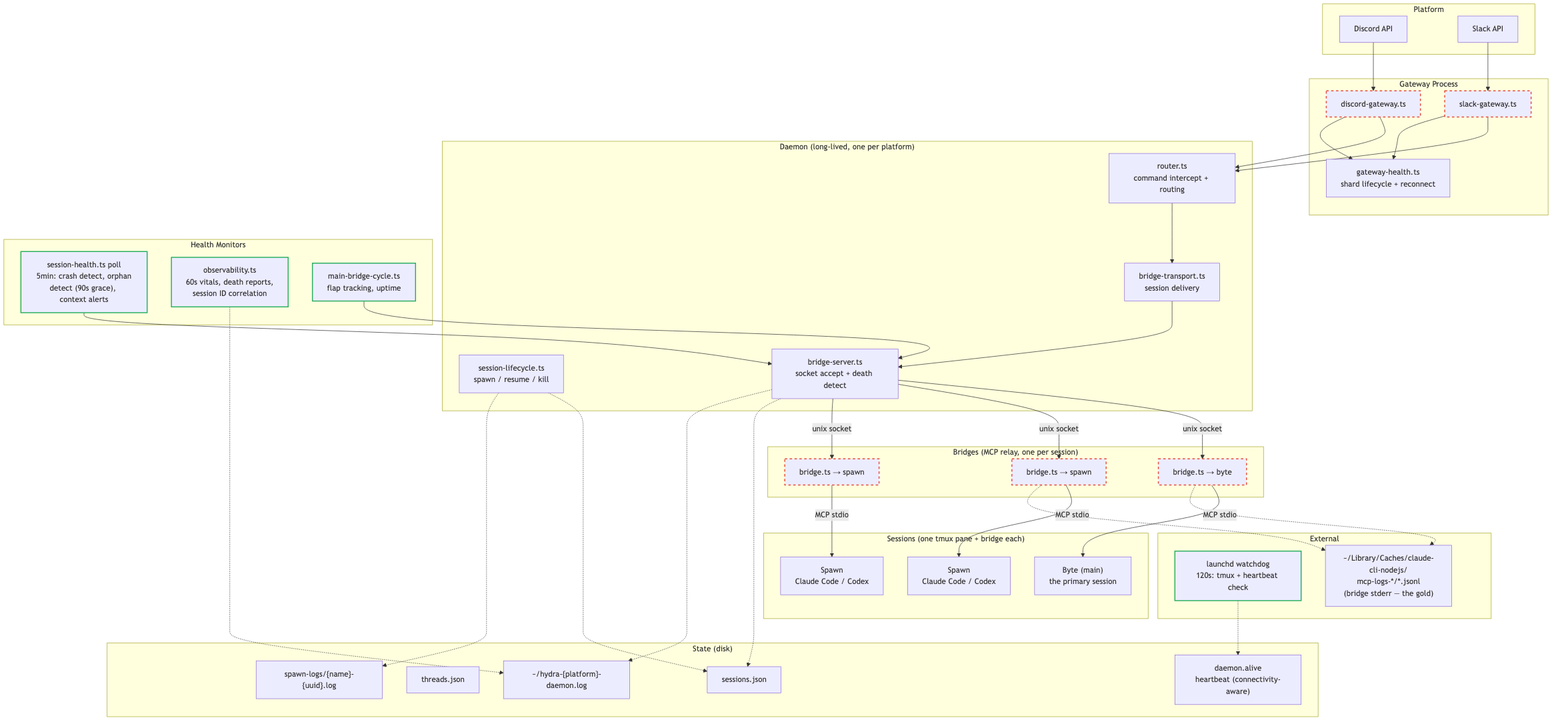
Above: diagrams/health-topology.png in sf8193/hydra (Mermaid), before the change. Its source is kept beside it as diagrams/health-topology.mmd. The source it was exported from:
```mermaid

flowchart TD
    subgraph platform["Platform"]
        discord["Discord API"]
        slack["Slack API"]
    end

    subgraph gateway["Gateway Process"]
        dg["discord-gateway.ts"]
        sg["slack-gateway.ts"]
        gwh["gateway-health.ts<br/>shard lifecycle + reconnect"]
    end

    subgraph daemon["Daemon (long-lived, one per platform)"]
        router["router.ts<br/>command intercept + routing"]
        transport["bridge-transport.ts<br/>session delivery"]
        lifecycle["session-lifecycle.ts<br/>spawn / resume / kill"]
        server["bridge-server.ts<br/>socket accept + death detect"]
    end

    subgraph health["Health Monitors"]
        poll["session-health.ts poll<br/>5min: crash detect, orphan<br/>detect (90s grace), context alerts"]
        obs["observability.ts<br/>60s vitals, death reports,<br/>session ID correlation"]
        mbc["main-bridge-cycle.ts<br/>flap tracking, uptime"]
    end

    subgraph sessions["Sessions (one tmux pane + bridge each)"]
        byte["Byte (main)<br/>the primary session"]
        spawn1["Spawn<br/>Claude Code / Codex"]
        spawn2["Spawn<br/>Claude Code / Codex"]
    end

    subgraph bridges["Bridges (MCP relay, one per session)"]
        b0["bridge.ts → byte"]
        b1["bridge.ts → spawn"]
        b2["bridge.ts → spawn"]
    end

    subgraph state["State (disk)"]
        sj["sessions.json"]
        tj["threads.json"]
        logs["spawn-logs/{name}-{uuid}.log"]
        dlog["~/hydra-{platform}-daemon.log"]
        alive["daemon.alive<br/>heartbeat (connectivity-aware)"]
    end

    subgraph external["External"]
        watchdog["launchd watchdog<br/>120s: tmux + heartbeat check"]
        mcp_logs["~/Library/Caches/claude-cli-nodejs/<br/>mcp-logs-*/*.jsonl<br/>(bridge stderr — the gold)"]
    end

    discord --> dg
    slack --> sg
    dg --> router
    sg --> router
    dg --> gwh
    sg --> gwh

    router --> transport
    transport --> server

    server -- "unix socket" --> b0
    server -- "unix socket" --> b1
    server -- "unix socket" --> b2

    b0 -- "MCP stdio" --> byte
    b1 -- "MCP stdio" --> spawn1
    b2 -- "MCP stdio" --> spawn2

    poll --> server
    obs -.-> dlog
    mbc --> server
    watchdog -.-> alive

    lifecycle -.-> sj
    lifecycle -.-> logs
    server -.-> sj
    server -.-> dlog
    b0 -.-> mcp_logs
    b1 -.-> mcp_logs

    classDef fail stroke:#e74c3c,stroke-width:2px,stroke-dasharray:5 5
    classDef health stroke:#27ae60,stroke-width:2px

    class poll,obs,mbc,watchdog health
    class dg,sg,b0,b1,b2 fail
```
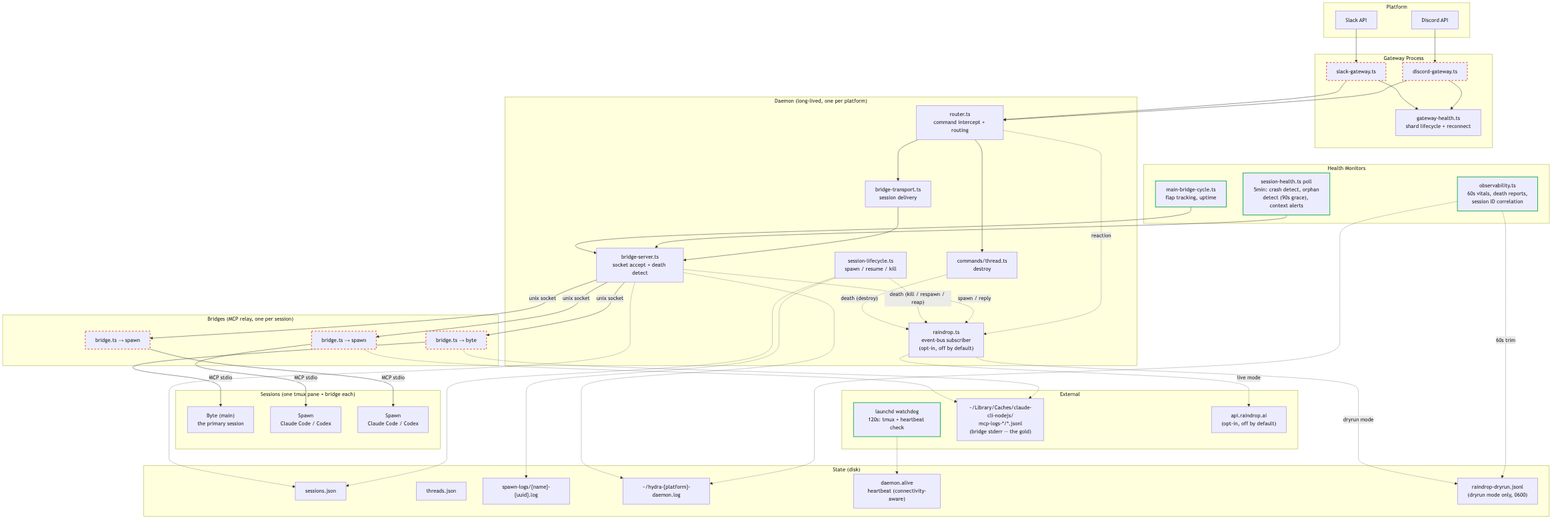
Above is the later version.

Change to the diagram source:
```diff
@@ -16,6 +16,8 @@
         transport["bridge-transport.ts<br/>session delivery"]
         lifecycle["session-lifecycle.ts<br/>spawn / resume / kill"]
         server["bridge-server.ts<br/>socket accept + death detect"]
+        thread["commands/thread.ts<br/>destroy"]
+        rd["raindrop.ts<br/>event-bus subscriber<br/>(opt-in, off by default)"]
     end
 
     subgraph health["Health Monitors"]
@@ -42,11 +44,13 @@
         logs["spawn-logs/{name}-{uuid}.log"]
         dlog["~/hydra-{platform}-daemon.log"]
         alive["daemon.alive<br/>heartbeat (connectivity-aware)"]
+        rdj["raindrop-dryrun.jsonl<br/>(dryrun mode only, 0600)"]
     end
 
     subgraph external["External"]
         watchdog["launchd watchdog<br/>120s: tmux + heartbeat check"]
         mcp_logs["~/Library/Caches/claude-cli-nodejs/<br/>mcp-logs-*/*.jsonl<br/>(bridge stderr — the gold)"]
+        raindrop_api["api.raindrop.ai<br/>(opt-in, off by default)"]
     end
 
     discord --> dg
@@ -69,6 +73,14 @@
 
     poll --> server
     obs -.-> dlog
+    obs -. "60s trim" .-> rdj
+    router -. "reaction" .-> rd
+    server -. "spawn / reply" .-> rd
+    lifecycle -. "death (kill / respawn / reap)" .-> rd
+    router --> thread
+    thread -. "death (destroy)" .-> rd
+    rd -. "live mode" .-> raindrop_api
+    rd -. "dryrun mode" .-> rdj
     mbc --> server
     watchdog -.-> alive
 
```
